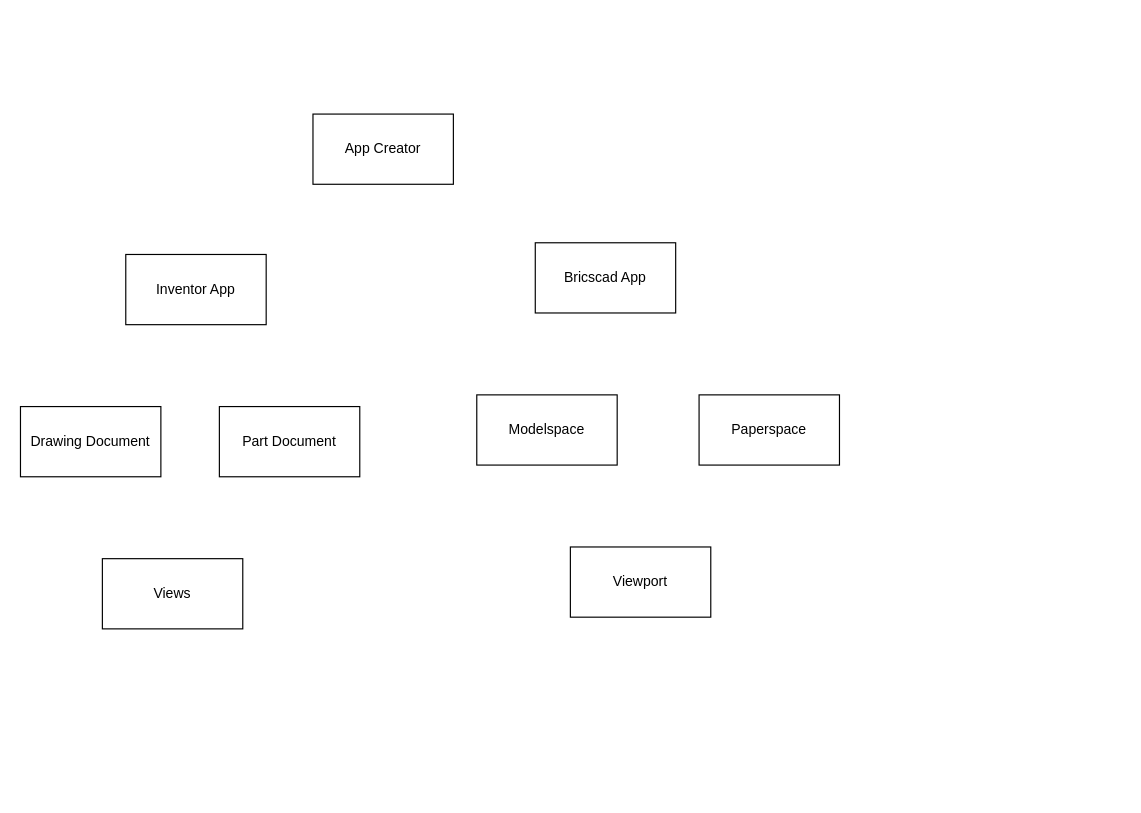
This is python_source/FabAuto/doc/class.drawio from JKCHacking/PTCC_SCRIPTS, a draw.io file, before an edit. Source tidied: cells renumbered, new cells numbered last; positions are measured from the earlier drawing's top-left corner, leaving out a move shared by most shapes. Both pictures are drawn from the tidied source at 117%, with x=0, y=0 at pixel (20, 113).
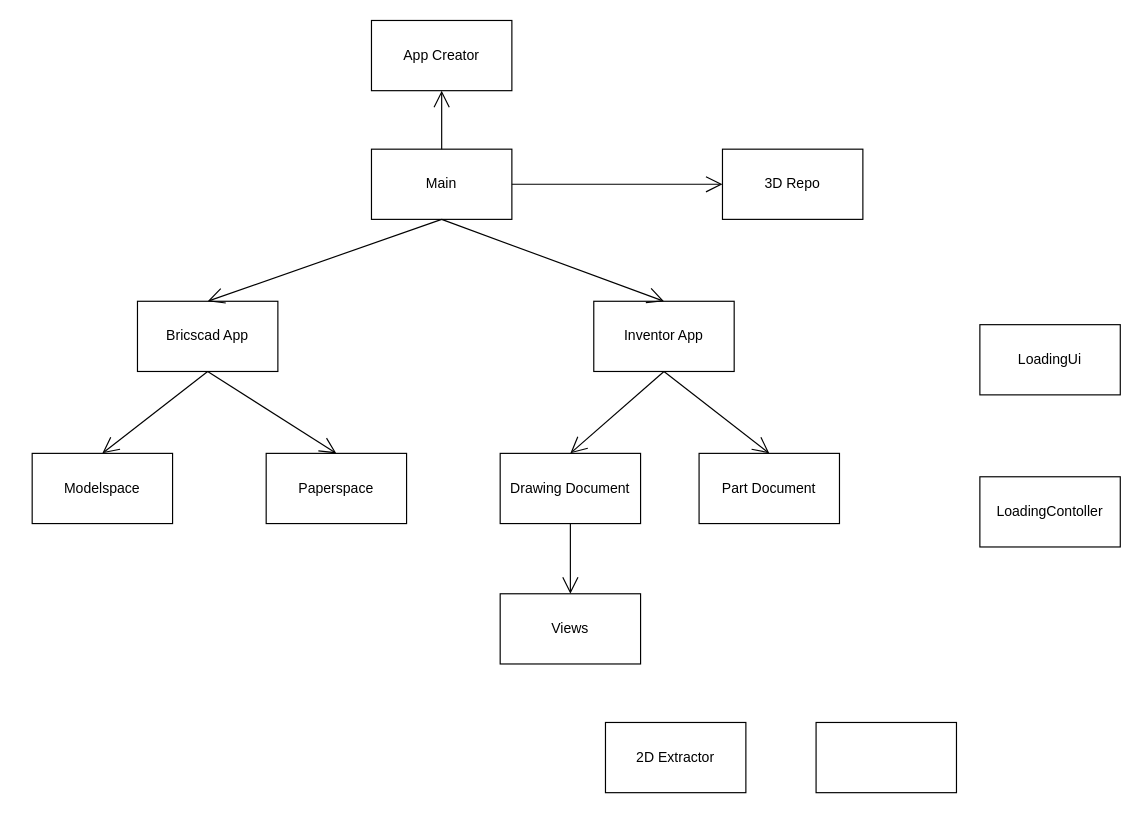
The same page after the edit.

What changed in the source:
```diff
@@
     <mxCell id="2" value="Inventor App" style="whiteSpace=wrap;html=1;" parent="1" vertex="1">
-      <mxGeometry x="90" y="120" width="120" height="60" as="geometry" />
+      <mxGeometry x="490" y="160" width="120" height="60" as="geometry" />
     </mxCell>
     <mxCell id="3" value="App Creator" style="whiteSpace=wrap;html=1;" parent="1" vertex="1">
-      <mxGeometry x="250" width="120" height="60" as="geometry" />
+      <mxGeometry x="300" y="-80" width="120" height="60" as="geometry" />
     </mxCell>
     <mxCell id="4" value="Bricscad App" style="whiteSpace=wrap;html=1;" parent="1" vertex="1">
-      <mxGeometry x="440" y="110" width="120" height="60" as="geometry" />
+      <mxGeometry x="100" y="160" width="120" height="60" as="geometry" />
     </mxCell>
     <mxCell id="5" value="Drawing Document" style="whiteSpace=wrap;html=1;" parent="1" vertex="1">
-      <mxGeometry y="250" width="120" height="60" as="geometry" />
+      <mxGeometry x="410" y="290" width="120" height="60" as="geometry" />
     </mxCell>
     <mxCell id="6" value="Part Document" style="whiteSpace=wrap;html=1;" parent="1" vertex="1">
-      <mxGeometry x="170" y="250" width="120" height="60" as="geometry" />
+      <mxGeometry x="580" y="290" width="120" height="60" as="geometry" />
     </mxCell>
+    <mxCell id="9" value="Views" style="whiteSpace=wrap;html=1;" parent="1" vertex="1">
+      <mxGeometry x="410" y="410" width="120" height="60" as="geometry" />
+    </mxCell>
+    <mxCell id="11" value="Main" style="whiteSpace=wrap;html=1;" parent="1" vertex="1">
+      <mxGeometry x="300" y="30" width="120" height="60" as="geometry" />
+    </mxCell>
+    <mxCell id="12" style="endArrow=open;endFill=1;endSize=12;html=1;exitX=0.5;exitY=0;exitDx=0;exitDy=0;entryX=0.5;entryY=1;entryDx=0;entryDy=0;" parent="1" edge="1" source="11" target="3">
+      <mxGeometry relative="1" as="geometry" />
+    </mxCell>
     <mxCell id="7" value="Modelspace" style="whiteSpace=wrap;html=1;" parent="1" vertex="1">
-      <mxGeometry x="390" y="240" width="120" height="60" as="geometry" />
+      <mxGeometry x="10" y="290" width="120" height="60" as="geometry" />
     </mxCell>
     <mxCell id="8" value="Paperspace" style="whiteSpace=wrap;html=1;" parent="1" vertex="1">
-      <mxGeometry x="580" y="240" width="120" height="60" as="geometry" />
+      <mxGeometry x="210" y="290" width="120" height="60" as="geometry" />
     </mxCell>
-    <mxCell id="9" value="Views" style="whiteSpace=wrap;html=1;" parent="1" vertex="1">
-      <mxGeometry x="70" y="380" width="120" height="60" as="geometry" />
-    </mxCell>
-    <mxCell id="10" value="Viewport" style="whiteSpace=wrap;html=1;" parent="1" vertex="1">
-      <mxGeometry x="470" y="370" width="120" height="60" as="geometry" />
-    </mxCell>
+    <mxCell id="13" style="endArrow=open;endFill=1;endSize=12;html=1;exitX=0.5;exitY=1;exitDx=0;exitDy=0;entryX=0.5;entryY=0;entryDx=0;entryDy=0;" parent="1" edge="1" source="4" target="7">
+      <mxGeometry relative="1" as="geometry" />
+    </mxCell>
+    <mxCell id="14" style="endArrow=open;endFill=1;endSize=12;html=1;exitX=0.5;exitY=1;exitDx=0;exitDy=0;entryX=0.5;entryY=0;entryDx=0;entryDy=0;" parent="1" edge="1" source="4" target="8">
+      <mxGeometry relative="1" as="geometry" />
+    </mxCell>
+    <mxCell id="15" style="endArrow=open;endFill=1;endSize=12;html=1;exitX=0.5;exitY=1;exitDx=0;exitDy=0;entryX=0.5;entryY=0;entryDx=0;entryDy=0;" parent="1" edge="1" source="5" target="9">
+      <mxGeometry relative="1" as="geometry" />
+    </mxCell>
+    <mxCell id="16" style="endArrow=open;endFill=1;endSize=12;html=1;exitX=0.5;exitY=1;exitDx=0;exitDy=0;entryX=0.5;entryY=0;entryDx=0;entryDy=0;" parent="1" edge="1" source="2" target="5">
+      <mxGeometry relative="1" as="geometry" />
+    </mxCell>
+    <mxCell id="17" style="endArrow=open;endFill=1;endSize=12;html=1;entryX=0.5;entryY=0;entryDx=0;entryDy=0;" parent="1" edge="1" target="6">
+      <mxGeometry relative="1" as="geometry">
+        <mxPoint x="550" y="220" as="sourcePoint" />
+      </mxGeometry>
+    </mxCell>
+    <mxCell id="18" style="endArrow=open;endFill=1;endSize=12;html=1;exitX=0.5;exitY=1;exitDx=0;exitDy=0;entryX=0.5;entryY=0;entryDx=0;entryDy=0;" parent="1" edge="1" source="11" target="4">
+      <mxGeometry relative="1" as="geometry" />
+    </mxCell>
+    <mxCell id="19" style="endArrow=open;endFill=1;endSize=12;html=1;exitX=0.5;exitY=1;exitDx=0;exitDy=0;entryX=0.5;entryY=0;entryDx=0;entryDy=0;" parent="1" edge="1" source="11" target="2">
+      <mxGeometry relative="1" as="geometry" />
+    </mxCell>
+    <mxCell id="20" value="3D Repo" style="whiteSpace=wrap;html=1;" parent="1" vertex="1">
+      <mxGeometry x="600" y="30" width="120" height="60" as="geometry" />
+    </mxCell>
+    <mxCell id="21" style="endArrow=open;endFill=1;endSize=12;html=1;exitX=1;exitY=0.5;exitDx=0;exitDy=0;entryX=0;entryY=0.5;entryDx=0;entryDy=0;" parent="1" edge="1" source="11" target="20">
+      <mxGeometry relative="1" as="geometry" />
+    </mxCell>
+    <mxCell id="22" value="LoadingUi" style="whiteSpace=wrap;html=1;" parent="1" vertex="1">
+      <mxGeometry x="820" y="180" width="120" height="60" as="geometry" />
+    </mxCell>
+    <mxCell id="23" value="LoadingContoller" style="whiteSpace=wrap;html=1;" parent="1" vertex="1">
+      <mxGeometry x="820" y="310" width="120" height="60" as="geometry" />
+    </mxCell>
+    <mxCell id="24" value="2D Extractor" style="whiteSpace=wrap;html=1;" parent="1" vertex="1">
+      <mxGeometry x="500" y="520" width="120" height="60" as="geometry" />
+    </mxCell>
+    <mxCell id="25" style="whiteSpace=wrap;html=1;" parent="1" vertex="1">
+      <mxGeometry x="680" y="520" width="120" height="60" as="geometry" />
+    </mxCell>
```
